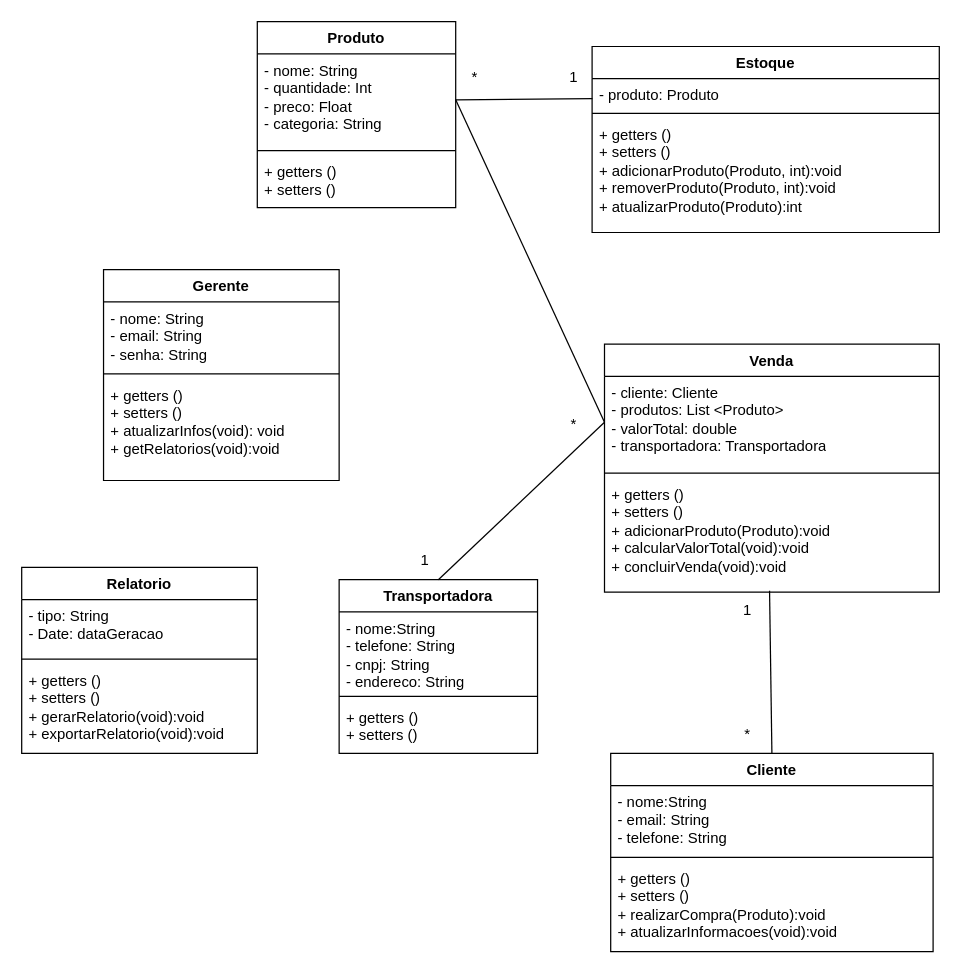
pedrohcmoda/projeto-pOO2 keeps this draw.io diagram as diagram_classes.drawio. Above is the earlier version. Source tidied: cells renumbered, new cells numbered last; positions are measured from the earlier drawing's top-left corner, leaving out a move shared by most shapes. Both pictures are drawn from the tidied source at 124%, with x=0, y=0 at pixel (21, 21).
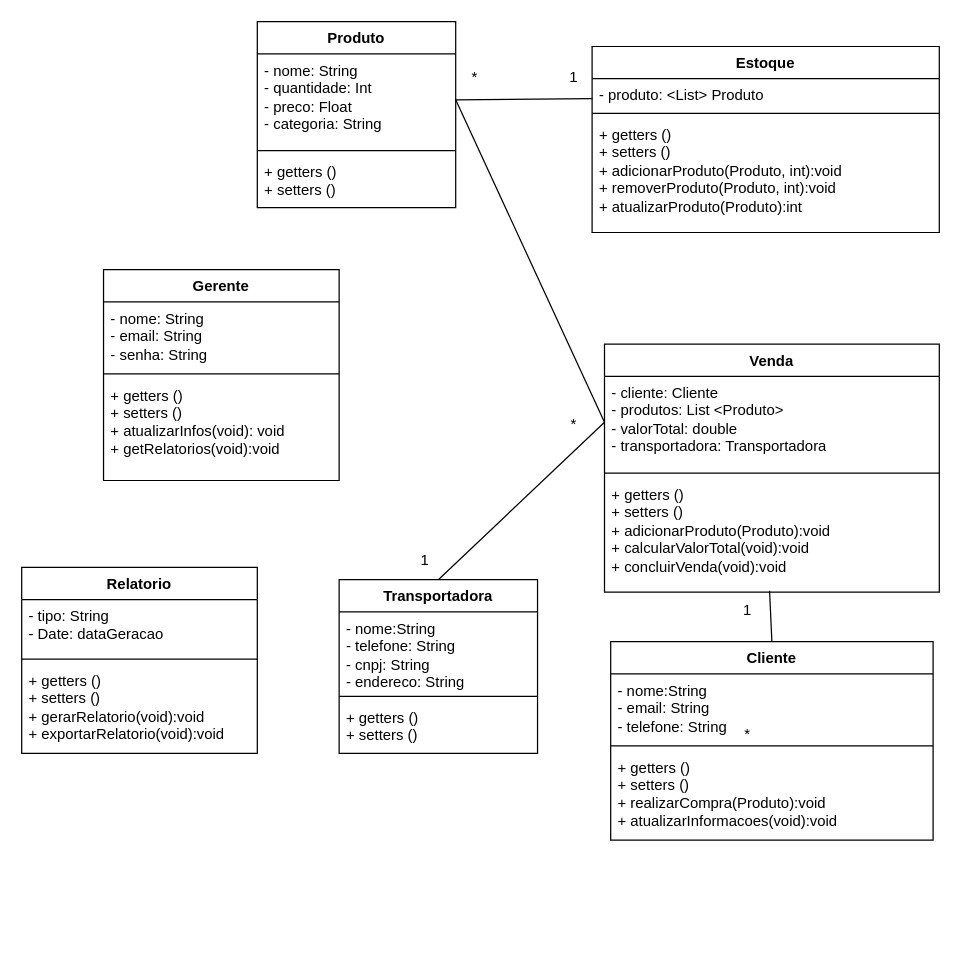
The same page after the edit.

The change refers to these unchanged cells:
```xml
<mxCell id="2" value="&lt;div&gt;Estoque&lt;/div&gt;" style="swimlane;fontStyle=1;align=center;verticalAlign=top;horizontal=1;startSize=26;whiteSpace=wrap;html=1;" parent="1" vertex="1">
  <mxGeometry x="460" y="20" width="280" height="150" as="geometry" />
</mxCell>
```

Change to the diagram source:
```diff
@@
-    <mxCell id="3" value="- produto: Produto " style="text;strokeColor=none;fillColor=none;align=left;verticalAlign=top;spacingLeft=4;spacingRight=4;overflow=hidden;points=[[0,0.5],[1,0.5]];portConstraint=eastwest;whiteSpace=wrap;html=1;" parent="2" vertex="1">
+    <mxCell id="3" value="- produto: &amp;lt;List&amp;gt; Produto " style="text;strokeColor=none;fillColor=none;align=left;verticalAlign=top;spacingLeft=4;spacingRight=4;overflow=hidden;points=[[0,0.5],[1,0.5]];portConstraint=eastwest;whiteSpace=wrap;html=1;" parent="2" vertex="1">
       <mxGeometry y="26" width="280" height="24" as="geometry" />
     </mxCell>
@@
     <mxCell id="10" value="&lt;div&gt;Cliente&lt;/div&gt;&lt;div&gt;&lt;br&gt;&lt;/div&gt;" style="swimlane;fontStyle=1;align=center;verticalAlign=top;horizontal=1;startSize=26;whiteSpace=wrap;html=1;" parent="1" vertex="1">
-      <mxGeometry x="475" y="590" width="260" height="160" as="geometry" />
+      <mxGeometry x="475" y="500" width="260" height="160" as="geometry" />
     </mxCell>
```
